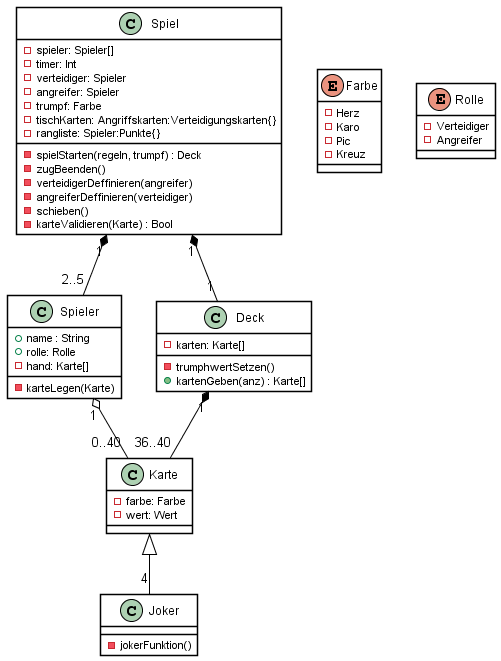
This is Klassendiagramm/Durak Spiel.png from DerLurchi/Durak, a PlantUML export, as it was before one commit.
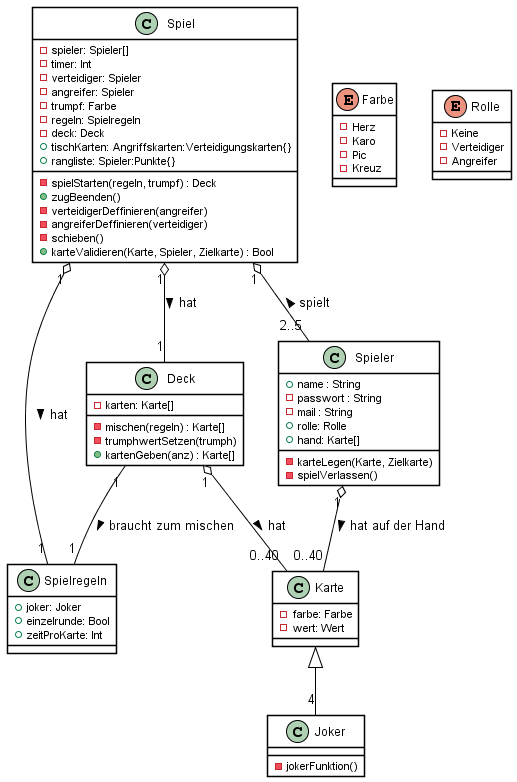
Above is the later version.

Change to the diagram source:
```diff
@@ -17,23 +17,34 @@
     -verteidiger: Spieler
     -angreifer: Spieler
     -trumpf: Farbe
-    -tischKarten: Angriffskarten:Verteidigungskarten{}
-    -rangliste: Spieler:Punkte{}
+    -regeln: Spielregeln
+    -deck: Deck
+    +tischKarten: Angriffskarten:Verteidigungskarten{}
+    +rangliste: Spieler:Punkte{}
 
     -spielStarten(regeln, trumpf) : Deck
-    -zugBeenden()
+    + zugBeenden()
     -verteidigerDeffinieren(angreifer)
     -angreiferDeffinieren(verteidiger)
     -schieben()
-    -karteValidieren(Karte) : Bool
+    +karteValidieren(Karte, Spieler, Zielkarte) : Bool
+}
+
+class Spielregeln {
+    + joker: Joker
+    + einzelrunde: Bool
+    + zeitProKarte: Int
 }
 
 class Spieler {
     +name : String
+    -passwort : String
+    -mail : String
     +rolle: Rolle
-    -hand: Karte[]
+    +hand: Karte[]
 
-    -karteLegen(Karte)
+    -karteLegen(Karte, Zielkarte)
+    -spielVerlassen()
 }
 
 class Karte {
@@ -48,7 +59,8 @@
 class Deck {
     -karten: Karte[]
 
-    -trumphwertSetzen()
+    -mischen(regeln) : Karte[]
+    -trumphwertSetzen(trumph)
     +kartenGeben(anz) : Karte[]
 }
 
@@ -60,18 +72,24 @@
 }
 
 enum Rolle {
+    - Keine
     - Verteidiger
     - Angreifer
 }
 
-Spiel "1" *-- "2..5" Spieler
+Spiel "1" o-- "2..5" Spieler : spielt <
 
-Spiel "1" *-- "1" Deck
+Spiel "1" o-- "1" Deck : hat >
 
-Deck "1" *-- "36..40" Karte
+Deck "1" o-- "0..40" Karte : hat >
 
 Karte <|-- "4" Joker
 
-Spieler "1" o-- "0..40" Karte
+Spieler "1" o-- "0..40" Karte : hat auf der Hand >
+
+Spiel "1" o-- "1" Spielregeln : hat >
+
+Deck "1" -- "1" Spielregeln : braucht zum mischen >
+
 
 @enduml
```
